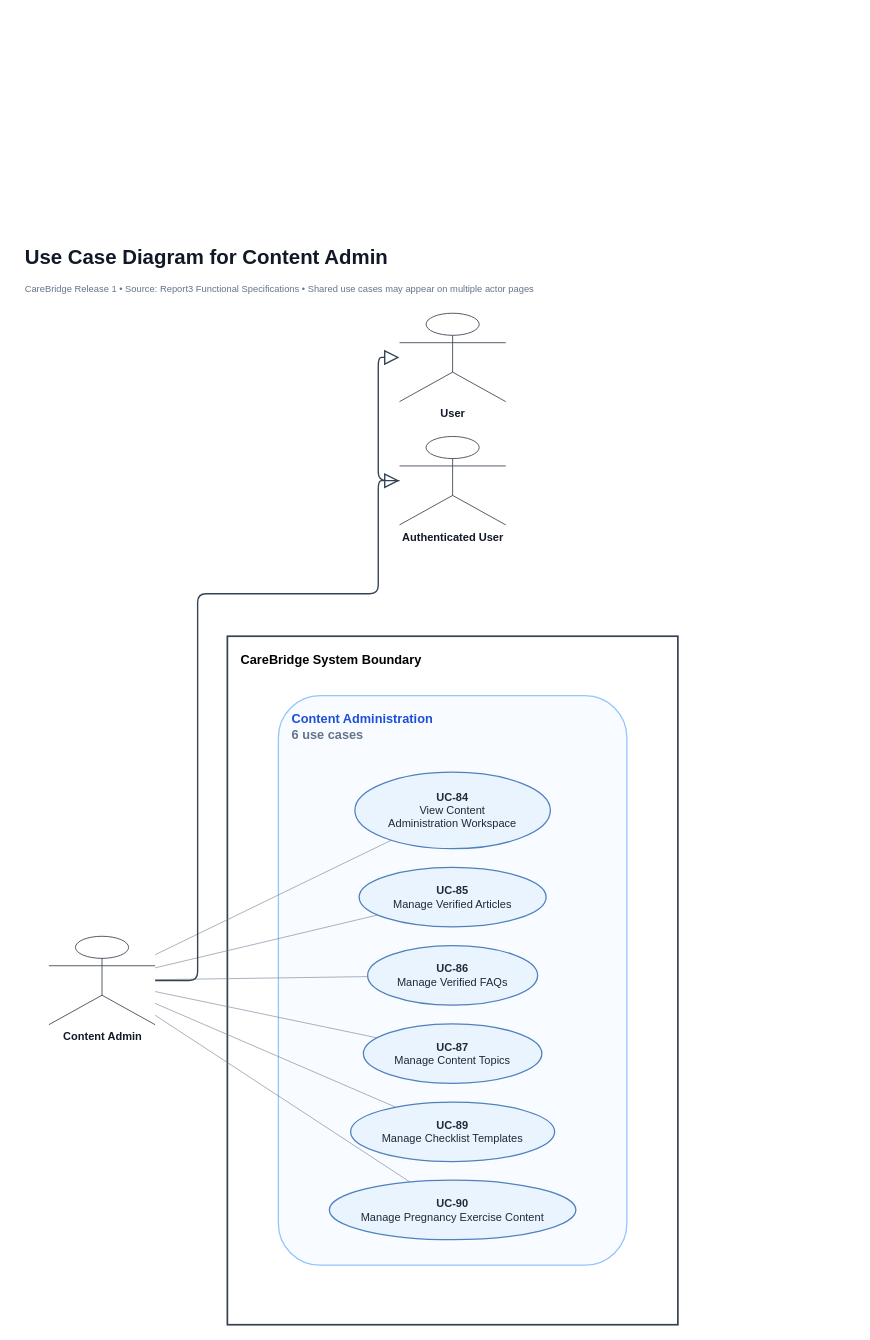
ChuongBDHE172784/CareBridge_SEP490_G79 keeps this draw.io diagram as page "D-07. Use Case Diagram for Content Admin" (7 of 7) of 02_Requirements/UseCase/CareBridge_Use_Case_Diagrams.drawio. Above is the earlier version. Source tidied: cells renumbered, new cells numbered last; positions are measured from the earlier drawing's top-left corner, leaving out a move shared by most shapes. Both pictures are drawn from the tidied source at 85%, with x=0, y=0 at pixel (23, 240).
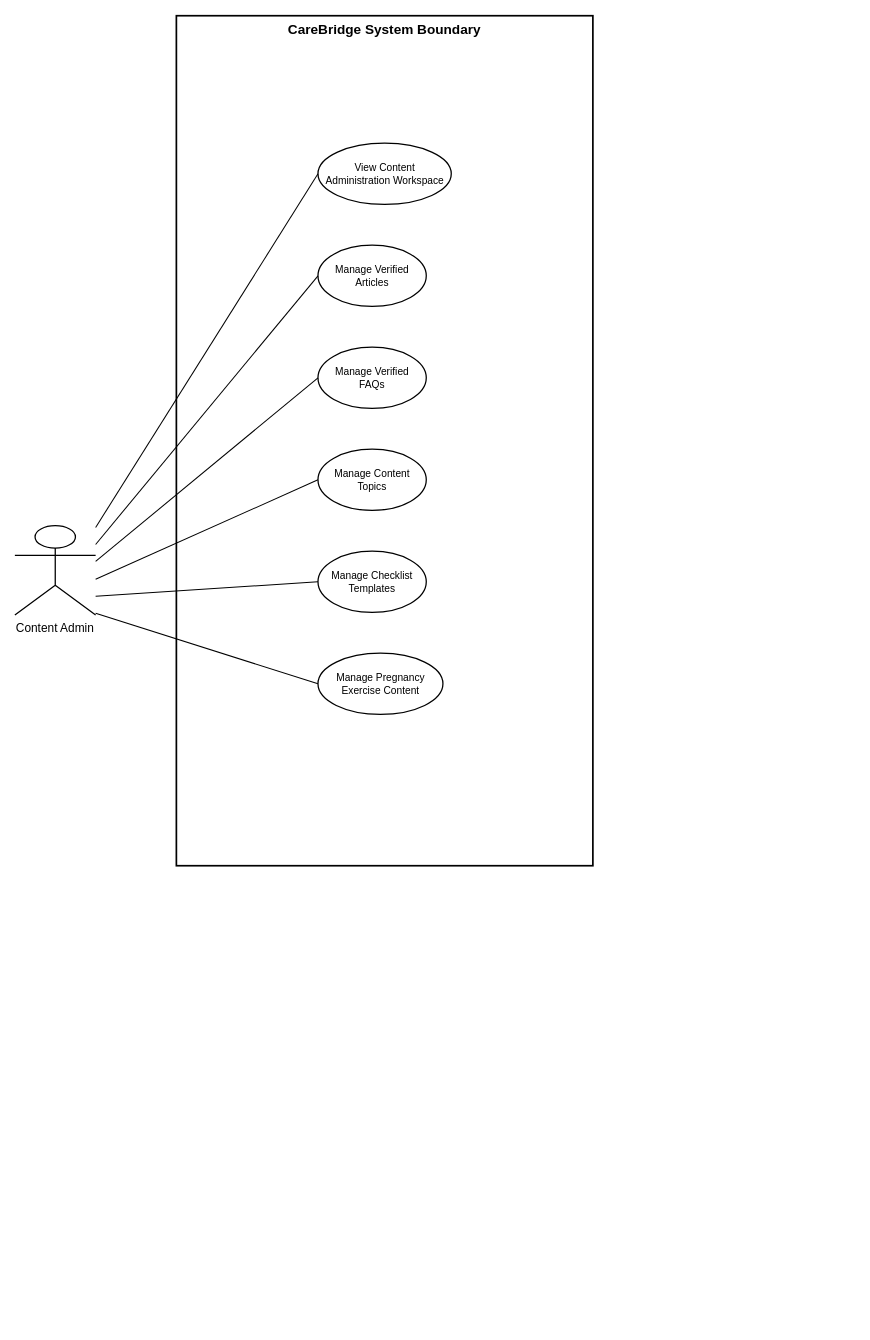
After the change.

Change to the diagram source:
```diff
@@
-    <mxCell id="2" value="Use Case Diagram for Content Admin" style="text;html=1;strokeColor=none;fillColor=none;align=left;verticalAlign=middle;whiteSpace=wrap;rounded=0;fontFamily=Arial;fontSize=24;fontStyle=1;fontColor=#111827;" parent="1" vertex="1">
-      <mxGeometry width="980" height="42" as="geometry" />
-    </mxCell>
-    <mxCell id="3" value="CareBridge Release 1 • Source: Report3 Functional Specifications • Shared use cases may appear on multiple actor pages" style="text;html=1;strokeColor=none;fillColor=none;align=left;verticalAlign=middle;whiteSpace=wrap;rounded=0;fontFamily=Arial;fontSize=11;fontColor=#64748B;" parent="1" vertex="1">
-      <mxGeometry y="44" width="980" height="28" as="geometry" />
-    </mxCell>
-    <mxCell id="4" value="User" style="shape=umlActor;verticalLabelPosition=bottom;verticalAlign=top;html=1;outlineConnect=0;fontFamily=Arial;fontSize=13;fontStyle=1;fontColor=#111827;strokeColor=#374151;fillColor=#FFFFFF;" parent="1" vertex="1">
-      <mxGeometry x="442.5" y="86" width="125" height="104" as="geometry" />
-    </mxCell>
-    <mxCell id="5" value="Authenticated User" style="shape=umlActor;verticalLabelPosition=bottom;verticalAlign=top;html=1;outlineConnect=0;fontFamily=Arial;fontSize=13;fontStyle=1;fontColor=#111827;strokeColor=#374151;fillColor=#FFFFFF;" parent="1" vertex="1">
-      <mxGeometry x="442.5" y="231" width="125" height="104" as="geometry" />
-    </mxCell>
-    <mxCell id="6" value="CareBridge System Boundary" style="rounded=0;whiteSpace=wrap;html=1;fillColor=#FFFFFF;fillOpacity=0;strokeColor=#374151;strokeWidth=2;fontFamily=Arial;fontSize=15;fontStyle=1;align=left;verticalAlign=top;spacingTop=12;spacingLeft=14;" parent="1" vertex="1">
-      <mxGeometry x="240" y="466" width="530" height="810" as="geometry" />
+    <mxCell id="6" value="CareBridge System Boundary" style="rounded=0;whiteSpace=wrap;html=1;fillColor=none;strokeColor=#000000;strokeWidth=2;verticalAlign=top;align=center;fontSize=16;fontStyle=1;fontColor=#000000;expandable=0;" parent="1" vertex="1">
+      <mxGeometry x="180" y="-264" width="490" height="1000" as="geometry" />
     </mxCell>
-    <mxCell id="7" value="&lt;b&gt;Content Administration&lt;/b&gt;&lt;br/&gt;&lt;font color='#64748B'&gt;6 use cases&lt;/font&gt;" style="rounded=1;arcSize=12;whiteSpace=wrap;html=1;fillColor=#F8FBFF;strokeColor=#93C5FD;strokeWidth=1.5;fontFamily=Arial;fontSize=15;fontStyle=1;fontColor=#1D4ED8;align=left;verticalAlign=top;spacingTop=12;spacingLeft=14;" parent="6" vertex="1">
-      <mxGeometry x="60" y="70" width="410" height="670" as="geometry" />
-    </mxCell>
+    <mxCell id="9" value="View Content Administration Workspace" style="ellipse;whiteSpace=wrap;html=1;fillColor=#ffffff;strokeColor=#000000;strokeWidth=1.5;fontSize=12;fontColor=#000000;align=center;verticalAlign=middle;fontFamily=Arial;spacing=8;" parent="6" vertex="1">
+      <mxGeometry x="166.6" y="150" width="156.8" height="72" as="geometry" />
+    </mxCell>
+    <mxCell id="11" value="Manage Verified Articles" style="ellipse;whiteSpace=wrap;html=1;fillColor=#ffffff;strokeColor=#000000;strokeWidth=1.5;fontSize=12;fontColor=#000000;align=center;verticalAlign=middle;fontFamily=Arial;spacing=8;" parent="6" vertex="1">
+      <mxGeometry x="166.6" y="270" width="127.4" height="72" as="geometry" />
+    </mxCell>
+    <mxCell id="13" value="Manage Verified FAQs" style="ellipse;whiteSpace=wrap;html=1;fillColor=#ffffff;strokeColor=#000000;strokeWidth=1.5;fontSize=12;fontColor=#000000;align=center;verticalAlign=middle;fontFamily=Arial;spacing=8;" parent="6" vertex="1">
+      <mxGeometry x="166.6" y="390" width="127.4" height="72" as="geometry" />
+    </mxCell>
+    <mxCell id="15" value="Manage Content Topics" style="ellipse;whiteSpace=wrap;html=1;fillColor=#ffffff;strokeColor=#000000;strokeWidth=1.5;fontSize=12;fontColor=#000000;align=center;verticalAlign=middle;fontFamily=Arial;spacing=8;" parent="6" vertex="1">
+      <mxGeometry x="166.6" y="510" width="127.4" height="72" as="geometry" />
+    </mxCell>
+    <mxCell id="17" value="Manage Checklist Templates" style="ellipse;whiteSpace=wrap;html=1;fillColor=#ffffff;strokeColor=#000000;strokeWidth=1.5;fontSize=12;fontColor=#000000;align=center;verticalAlign=middle;fontFamily=Arial;spacing=8;" parent="6" vertex="1">
+      <mxGeometry x="166.6" y="630" width="127.4" height="72" as="geometry" />
+    </mxCell>
+    <mxCell id="19" value="Manage Pregnancy Exercise Content" style="ellipse;whiteSpace=wrap;html=1;fillColor=#ffffff;strokeColor=#000000;strokeWidth=1.5;fontSize=12;fontColor=#000000;align=center;verticalAlign=middle;fontFamily=Arial;spacing=8;" parent="6" vertex="1">
+      <mxGeometry x="166.6" y="750" width="147" height="72" as="geometry" />
+    </mxCell>
-    <mxCell id="8" value="Content Admin" style="shape=umlActor;verticalLabelPosition=bottom;verticalAlign=top;html=1;outlineConnect=0;fontFamily=Arial;fontSize=13;fontStyle=1;fontColor=#111827;strokeColor=#374151;fillColor=#FFFFFF;" parent="1" vertex="1">
-      <mxGeometry x="30" y="819" width="125" height="104" as="geometry" />
+    <mxCell id="8" value="Content Admin" style="shape=umlActor;verticalLabelPosition=bottom;verticalAlign=top;html=1;outlineConnect=0;whiteSpace=wrap;fillColor=none;strokeColor=#000000;strokeWidth=1.5;fontColor=#000000;fontSize=14;fontStyle=0;labelPosition=center;align=center;fontFamily=Arial;" parent="1" vertex="1">
+      <mxGeometry x="-10" y="336" width="95" height="105" as="geometry" />
     </mxCell>
-    <mxCell id="9" value="&lt;b&gt;UC-84&lt;/b&gt;&lt;br/&gt;View Content&lt;br/&gt;Administration Workspace" style="ellipse;whiteSpace=wrap;html=1;fillColor=#EAF4FF;strokeColor=#4F81BD;strokeWidth=1.5;fontFamily=Arial;fontSize=13;fontColor=#1F2937;align=center;verticalAlign=middle;spacing=8;shadow=0;" parent="6" vertex="1">
-      <mxGeometry x="150" y="160" width="230" height="90" as="geometry" />
-    </mxCell>
-    <mxCell id="10" style="endArrow=none;startArrow=none;html=1;strokeColor=#64748B;strokeWidth=1.1;strokeOpacity=58;rounded=1;exitPerimeter=1;entryPerimeter=1;" parent="1" edge="1" source="8" target="9">
+    <mxCell id="10" style="html=1;rounded=0;endArrow=none;strokeColor=#000000;strokeWidth=1.2;exitX=1;exitY=0.02;exitDx=0;exitDy=0;entryX=0;entryY=0.5;entryDx=0;entryDy=0;" parent="1" edge="1" source="8" target="9">
       <mxGeometry relative="1" as="geometry" />
     </mxCell>
-    <mxCell id="11" value="&lt;b&gt;UC-85&lt;/b&gt;&lt;br/&gt;Manage Verified Articles" style="ellipse;whiteSpace=wrap;html=1;fillColor=#EAF4FF;strokeColor=#4F81BD;strokeWidth=1.5;fontFamily=Arial;fontSize=13;fontColor=#1F2937;align=center;verticalAlign=middle;spacing=8;shadow=0;" parent="6" vertex="1">
-      <mxGeometry x="155" y="272" width="220" height="70" as="geometry" />
-    </mxCell>
-    <mxCell id="12" style="endArrow=none;startArrow=none;html=1;strokeColor=#64748B;strokeWidth=1.1;strokeOpacity=58;rounded=1;exitPerimeter=1;entryPerimeter=1;" parent="1" edge="1" source="8" target="11">
+    <mxCell id="12" style="html=1;rounded=0;endArrow=none;strokeColor=#000000;strokeWidth=1.2;exitX=1;exitY=0.21;exitDx=0;exitDy=0;entryX=0;entryY=0.5;entryDx=0;entryDy=0;" parent="1" edge="1" source="8" target="11">
       <mxGeometry relative="1" as="geometry" />
     </mxCell>
-    <mxCell id="13" value="&lt;b&gt;UC-86&lt;/b&gt;&lt;br/&gt;Manage Verified FAQs" style="ellipse;whiteSpace=wrap;html=1;fillColor=#EAF4FF;strokeColor=#4F81BD;strokeWidth=1.5;fontFamily=Arial;fontSize=13;fontColor=#1F2937;align=center;verticalAlign=middle;spacing=8;shadow=0;" parent="6" vertex="1">
-      <mxGeometry x="165" y="364" width="200" height="70" as="geometry" />
-    </mxCell>
-    <mxCell id="14" style="endArrow=none;startArrow=none;html=1;strokeColor=#64748B;strokeWidth=1.1;strokeOpacity=58;rounded=1;exitPerimeter=1;entryPerimeter=1;" parent="1" edge="1" source="8" target="13">
+    <mxCell id="14" style="html=1;rounded=0;endArrow=none;strokeColor=#000000;strokeWidth=1.2;exitX=1;exitY=0.40;exitDx=0;exitDy=0;entryX=0;entryY=0.5;entryDx=0;entryDy=0;" parent="1" edge="1" source="8" target="13">
       <mxGeometry relative="1" as="geometry" />
     </mxCell>
-    <mxCell id="15" value="&lt;b&gt;UC-87&lt;/b&gt;&lt;br/&gt;Manage Content Topics" style="ellipse;whiteSpace=wrap;html=1;fillColor=#EAF4FF;strokeColor=#4F81BD;strokeWidth=1.5;fontFamily=Arial;fontSize=13;fontColor=#1F2937;align=center;verticalAlign=middle;spacing=8;shadow=0;" parent="6" vertex="1">
-      <mxGeometry x="160" y="456" width="210" height="70" as="geometry" />
-    </mxCell>
-    <mxCell id="16" style="endArrow=none;startArrow=none;html=1;strokeColor=#64748B;strokeWidth=1.1;strokeOpacity=58;rounded=1;exitPerimeter=1;entryPerimeter=1;" parent="1" edge="1" source="8" target="15">
+    <mxCell id="16" style="html=1;rounded=0;endArrow=none;strokeColor=#000000;strokeWidth=1.2;exitX=1;exitY=0.60;exitDx=0;exitDy=0;entryX=0;entryY=0.5;entryDx=0;entryDy=0;" parent="1" edge="1" source="8" target="15">
       <mxGeometry relative="1" as="geometry" />
     </mxCell>
-    <mxCell id="17" value="&lt;b&gt;UC-89&lt;/b&gt;&lt;br/&gt;Manage Checklist Templates" style="ellipse;whiteSpace=wrap;html=1;fillColor=#EAF4FF;strokeColor=#4F81BD;strokeWidth=1.5;fontFamily=Arial;fontSize=13;fontColor=#1F2937;align=center;verticalAlign=middle;spacing=8;shadow=0;" parent="6" vertex="1">
-      <mxGeometry x="145" y="548" width="240" height="70" as="geometry" />
-    </mxCell>
-    <mxCell id="18" style="endArrow=none;startArrow=none;html=1;strokeColor=#64748B;strokeWidth=1.1;strokeOpacity=58;rounded=1;exitPerimeter=1;entryPerimeter=1;" parent="1" edge="1" source="8" target="17">
+    <mxCell id="18" style="html=1;rounded=0;endArrow=none;strokeColor=#000000;strokeWidth=1.2;exitX=1;exitY=0.79;exitDx=0;exitDy=0;entryX=0;entryY=0.5;entryDx=0;entryDy=0;" parent="1" edge="1" source="8" target="17">
       <mxGeometry relative="1" as="geometry" />
     </mxCell>
-    <mxCell id="19" value="&lt;b&gt;UC-90&lt;/b&gt;&lt;br/&gt;Manage Pregnancy Exercise Content" style="ellipse;whiteSpace=wrap;html=1;fillColor=#EAF4FF;strokeColor=#4F81BD;strokeWidth=1.5;fontFamily=Arial;fontSize=13;fontColor=#1F2937;align=center;verticalAlign=middle;spacing=8;shadow=0;" parent="6" vertex="1">
-      <mxGeometry x="120" y="640" width="290" height="70" as="geometry" />
-    </mxCell>
-    <mxCell id="20" style="endArrow=none;startArrow=none;html=1;strokeColor=#64748B;strokeWidth=1.1;strokeOpacity=58;rounded=1;exitPerimeter=1;entryPerimeter=1;" parent="1" edge="1" source="8" target="19">
+    <mxCell id="20" style="html=1;rounded=0;endArrow=none;strokeColor=#000000;strokeWidth=1.2;exitX=1;exitY=0.98;exitDx=0;exitDy=0;entryX=0;entryY=0.5;entryDx=0;entryDy=0;" parent="1" edge="1" source="8" target="19">
       <mxGeometry relative="1" as="geometry" />
     </mxCell>
-    <mxCell id="21" style="edgeStyle=orthogonalEdgeStyle;rounded=1;html=1;startArrow=none;endArrow=block;endFill=0;endSize=14;strokeColor=#334155;strokeWidth=1.6;exitX=0.5;exitY=0;exitPerimeter=1;entryX=0.5;entryY=1;entryPerimeter=1;jettySize=auto;exitX=0;exitY=0.5;exitPerimeter=1;entryX=0;entryY=0.5;entryPerimeter=1;" parent="1" edge="1" source="5" target="4">
-      <mxGeometry relative="1" as="geometry">
-        <Array as="points">
-          <mxPoint x="417.5" y="283" />
-          <mxPoint x="417.5" y="138" />
-        </Array>
-      </mxGeometry>
-    </mxCell>
-    <mxCell id="22" style="edgeStyle=orthogonalEdgeStyle;rounded=1;html=1;startArrow=none;endArrow=block;endFill=0;endSize=14;strokeColor=#334155;strokeWidth=1.6;exitX=0.5;exitY=0;exitPerimeter=1;entryX=0.5;entryY=1;entryPerimeter=1;jettySize=auto;exitX=1;exitY=0.5;exitPerimeter=1;entryX=0;entryY=0.5;entryPerimeter=1;" parent="1" edge="1" source="8" target="5">
-      <mxGeometry relative="1" as="geometry">
-        <Array as="points">
-          <mxPoint x="205" y="871" />
-          <mxPoint x="205" y="416" />
-          <mxPoint x="417.5" y="416" />
-          <mxPoint x="417.5" y="283" />
-        </Array>
-      </mxGeometry>
-    </mxCell>
```
